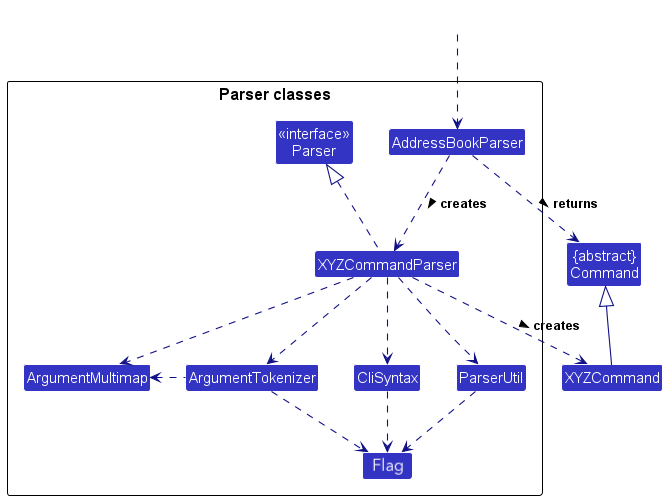
Before: docs/images/ParserClasses.png, a diagram exported from PlantUML (wxwern/cs2103t-tp). Its source is kept beside it as docs/diagrams/ParserClasses.puml.
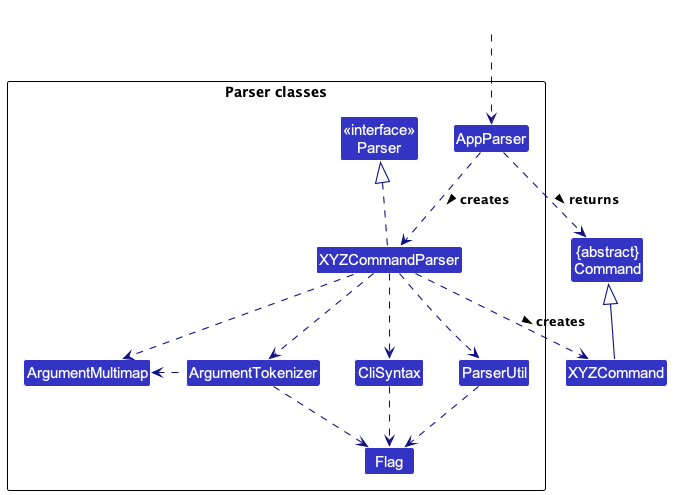
After the commit.

Diff of the diagram source:
```diff
@@ -9,7 +9,7 @@
 
 package "Parser classes"{
 Class "<<interface>>\nParser" as Parser
-Class AddressBookParser
+Class AppParser
 Class XYZCommandParser
 Class CliSyntax
 Class ParserUtil
@@ -19,12 +19,12 @@
 }
 
 Class HiddenOutside #FFFFFF
-HiddenOutside ..> AddressBookParser
+HiddenOutside ..> AppParser
 
-AddressBookParser .down.> XYZCommandParser: creates >
+AppParser .down.> XYZCommandParser: creates >
 
 XYZCommandParser ..> XYZCommand : creates >
-AddressBookParser ..> Command : returns >
+AppParser ..> Command : returns >
 XYZCommandParser .up.|> Parser
 XYZCommandParser ..> ArgumentMultimap
 XYZCommandParser ..> ArgumentTokenizer
```
